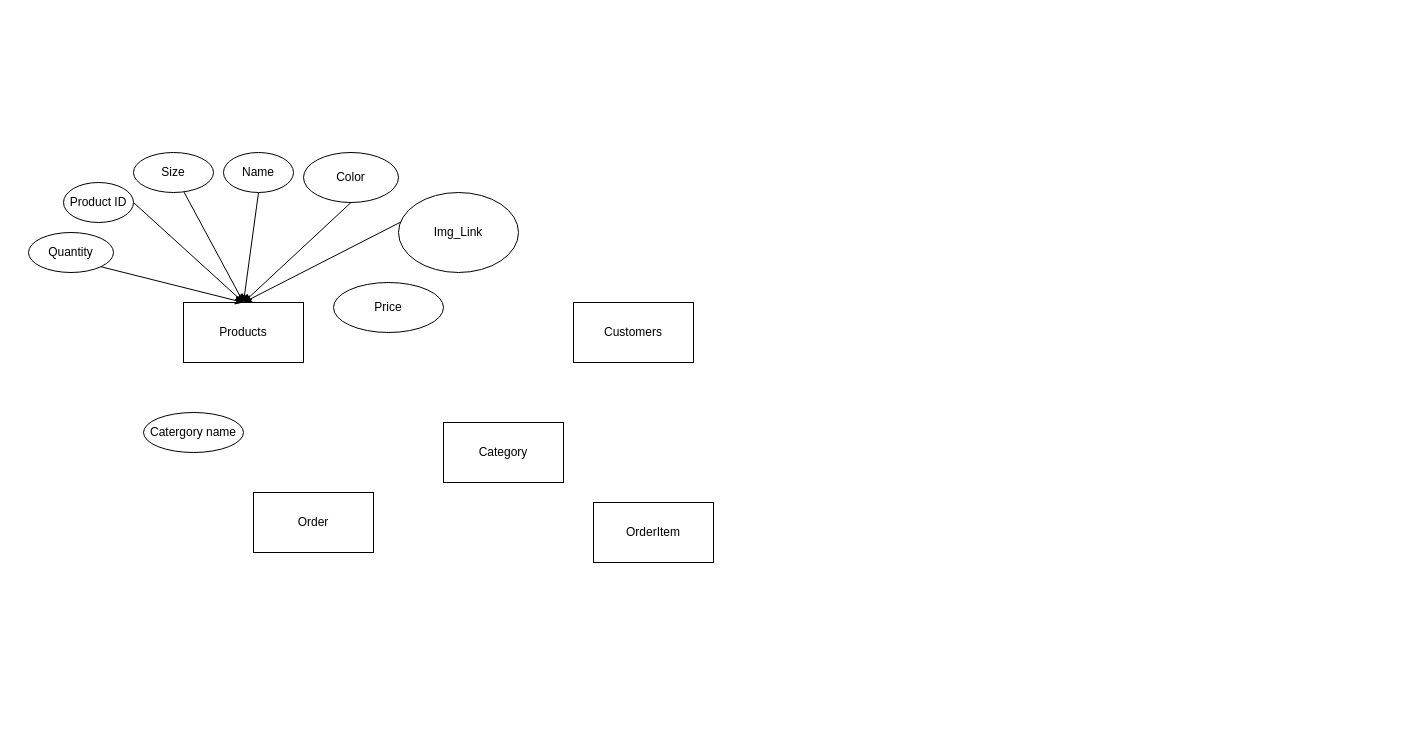
VoidKeishi/Clothing_Store_Website keeps this draw.io diagram as database.dio. Above is the earlier version. Source tidied: cells renumbered, new cells numbered last; positions are measured from the earlier drawing's top-left corner, leaving out a move shared by most shapes. Both pictures are drawn from the tidied source at 100%, with x=0, y=0 at pixel (28, 152).
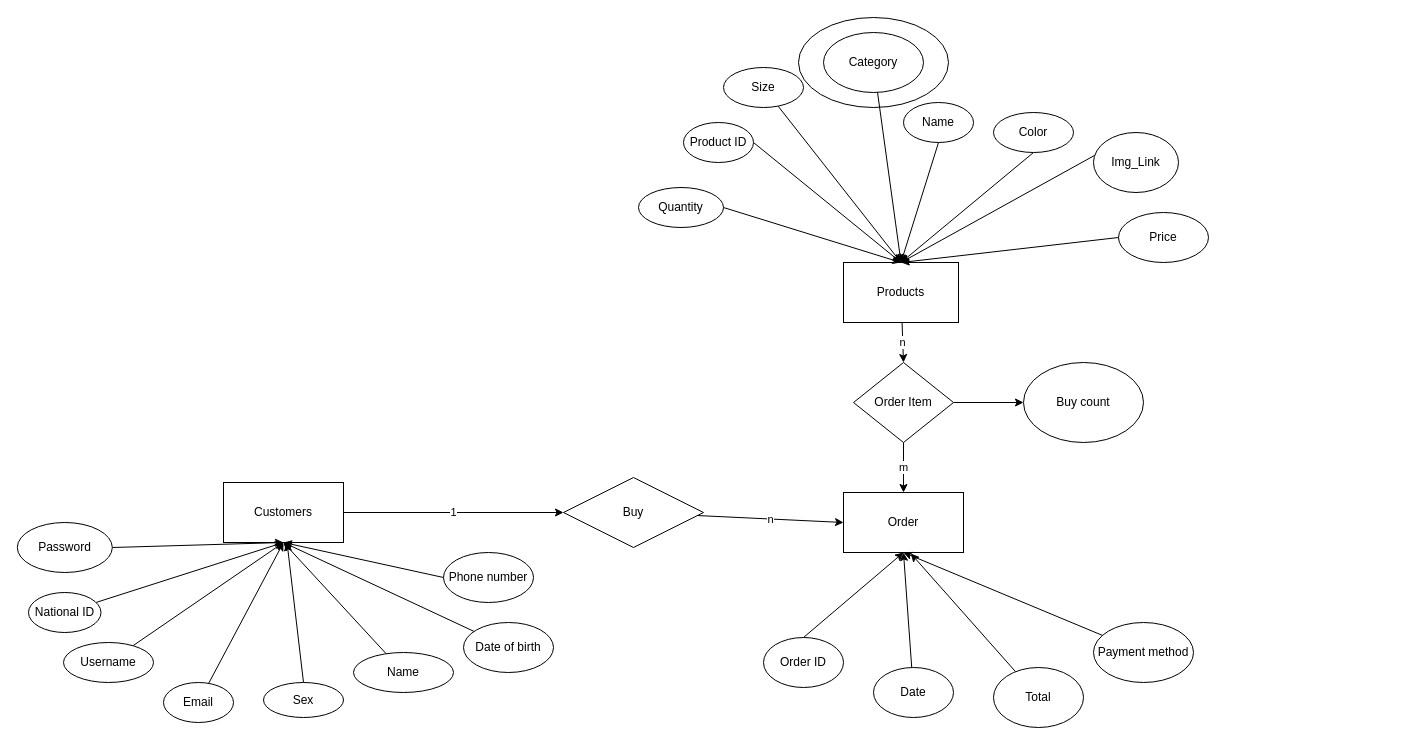
Above is the later version.

What changed in the source:
```diff
@@
+    <mxCell id="21" style="ellipse;whiteSpace=wrap;html=1;" parent="1" vertex="1">
+      <mxGeometry x="770" y="-135" width="150" height="90" as="geometry" />
+    </mxCell>
+    <mxCell id="22" value="n" style="edgeStyle=none;html=1;entryX=0.5;entryY=0;entryDx=0;entryDy=0;" parent="1" edge="1" source="2" target="54">
+      <mxGeometry relative="1" as="geometry" />
+    </mxCell>
     <mxCell id="2" value="Products" style="rounded=0;whiteSpace=wrap;html=1;" parent="1" vertex="1">
-      <mxGeometry x="155" y="150" width="120" height="60" as="geometry" />
+      <mxGeometry x="815" y="110" width="115" height="60" as="geometry" />
     </mxCell>
+    <mxCell id="23" value="1" style="edgeStyle=none;html=1;entryX=0;entryY=0.5;entryDx=0;entryDy=0;" parent="1" edge="1" source="3" target="42">
+      <mxGeometry relative="1" as="geometry" />
+    </mxCell>
     <mxCell id="3" value="Customers" style="rounded=0;whiteSpace=wrap;html=1;" parent="1" vertex="1">
-      <mxGeometry x="545" y="150" width="120" height="60" as="geometry" />
+      <mxGeometry x="195" y="330" width="120" height="60" as="geometry" />
     </mxCell>
     <mxCell id="4" value="Order" style="rounded=0;whiteSpace=wrap;html=1;" parent="1" vertex="1">
-      <mxGeometry x="225" y="340" width="120" height="60" as="geometry" />
+      <mxGeometry x="815" y="340" width="120" height="60" as="geometry" />
     </mxCell>
-    <mxCell id="5" value="OrderItem" style="rounded=0;whiteSpace=wrap;html=1;" parent="1" vertex="1">
-      <mxGeometry x="565" y="350" width="120" height="60" as="geometry" />
-    </mxCell>
-    <mxCell id="6" value="Category" style="rounded=0;whiteSpace=wrap;html=1;" parent="1" vertex="1">
-      <mxGeometry x="415" y="270" width="120" height="60" as="geometry" />
-    </mxCell>
@@
     <mxCell id="8" value="Product ID" style="ellipse;whiteSpace=wrap;html=1;" parent="1" vertex="1">
-      <mxGeometry x="35" y="30" width="70" height="40" as="geometry" />
+      <mxGeometry x="655" y="-30" width="70" height="40" as="geometry" />
     </mxCell>
-    <mxCell id="9" style="edgeStyle=none;html=1;exitX=0.5;exitY=1;exitDx=0;exitDy=0;" parent="1" edge="1" source="10">
-      <mxGeometry relative="1" as="geometry">
-        <mxPoint x="215" y="150" as="targetPoint" />
-      </mxGeometry>
+    <mxCell id="9" style="edgeStyle=none;html=1;exitX=0.5;exitY=1;exitDx=0;exitDy=0;entryX=0.5;entryY=0;entryDx=0;entryDy=0;" parent="1" edge="1" source="10" target="2">
+      <mxGeometry relative="1" as="geometry" />
     </mxCell>
     <mxCell id="10" value="Name" style="ellipse;whiteSpace=wrap;html=1;" parent="1" vertex="1">
-      <mxGeometry x="195" width="70" height="40" as="geometry" />
+      <mxGeometry x="875" y="-50" width="70" height="40" as="geometry" />
     </mxCell>
+    <mxCell id="24" style="edgeStyle=none;html=1;exitX=0;exitY=0.5;exitDx=0;exitDy=0;entryX=0.5;entryY=0;entryDx=0;entryDy=0;" parent="1" edge="1" source="11" target="2">
+      <mxGeometry relative="1" as="geometry" />
+    </mxCell>
     <mxCell id="11" value="Price" style="ellipse;whiteSpace=wrap;html=1;" parent="1" vertex="1">
-      <mxGeometry x="305" y="130" width="110" height="50" as="geometry" />
+      <mxGeometry x="1090" y="60" width="90" height="50" as="geometry" />
     </mxCell>
-    <mxCell id="12" value="Catergory name" style="ellipse;whiteSpace=wrap;html=1;" parent="1" vertex="1">
-      <mxGeometry x="115" y="260" width="100" height="40" as="geometry" />
-    </mxCell>
@@
     <mxCell id="14" value="Size" style="ellipse;whiteSpace=wrap;html=1;" parent="1" vertex="1">
-      <mxGeometry x="105" width="80" height="40" as="geometry" />
+      <mxGeometry x="695" y="-85" width="80" height="40" as="geometry" />
     </mxCell>
-    <mxCell id="15" style="edgeStyle=none;html=1;exitX=0.5;exitY=1;exitDx=0;exitDy=0;" parent="1" edge="1" source="16">
-      <mxGeometry relative="1" as="geometry">
-        <mxPoint x="215" y="150" as="targetPoint" />
-      </mxGeometry>
+    <mxCell id="15" style="edgeStyle=none;html=1;exitX=0.5;exitY=1;exitDx=0;exitDy=0;entryX=0.5;entryY=0;entryDx=0;entryDy=0;" parent="1" edge="1" source="16" target="2">
+      <mxGeometry relative="1" as="geometry" />
     </mxCell>
     <mxCell id="16" value="Color" style="ellipse;whiteSpace=wrap;html=1;" parent="1" vertex="1">
-      <mxGeometry x="275" width="95" height="50" as="geometry" />
+      <mxGeometry x="965" y="-40" width="80" height="40" as="geometry" />
     </mxCell>
-    <mxCell id="17" style="edgeStyle=none;html=1;exitX=1;exitY=1;exitDx=0;exitDy=0;entryX=0.5;entryY=0;entryDx=0;entryDy=0;" parent="1" edge="1" source="18" target="2">
+    <mxCell id="17" style="edgeStyle=none;html=1;exitX=1;exitY=0.5;exitDx=0;exitDy=0;entryX=0.5;entryY=0;entryDx=0;entryDy=0;" parent="1" edge="1" source="18" target="2">
       <mxGeometry relative="1" as="geometry" />
     </mxCell>
     <mxCell id="18" value="Quantity" style="ellipse;whiteSpace=wrap;html=1;" parent="1" vertex="1">
-      <mxGeometry y="80" width="85" height="40" as="geometry" />
+      <mxGeometry x="610" y="35" width="85" height="40" as="geometry" />
     </mxCell>
@@
     <mxCell id="20" value="Img_Link" style="ellipse;whiteSpace=wrap;html=1;" parent="1" vertex="1">
-      <mxGeometry x="370" y="40" width="120" height="80" as="geometry" />
+      <mxGeometry x="1065" y="-20" width="85" height="60" as="geometry" />
     </mxCell>
+    <mxCell id="25" style="edgeStyle=none;html=1;entryX=0.5;entryY=1;entryDx=0;entryDy=0;" parent="1" edge="1" source="26" target="3">
+      <mxGeometry relative="1" as="geometry" />
+    </mxCell>
+    <mxCell id="26" value="Name" style="ellipse;whiteSpace=wrap;html=1;" parent="1" vertex="1">
+      <mxGeometry x="325" y="500" width="100" height="40" as="geometry" />
+    </mxCell>
+    <mxCell id="27" style="edgeStyle=none;html=1;entryX=0.5;entryY=1;entryDx=0;entryDy=0;" parent="1" edge="1" source="28" target="3">
+      <mxGeometry relative="1" as="geometry" />
+    </mxCell>
+    <mxCell id="28" value="National ID" style="ellipse;whiteSpace=wrap;html=1;" parent="1" vertex="1">
+      <mxGeometry y="440" width="72.5" height="40" as="geometry" />
+    </mxCell>
+    <mxCell id="29" style="edgeStyle=none;html=1;entryX=0.5;entryY=1;entryDx=0;entryDy=0;" parent="1" edge="1" source="30" target="3">
+      <mxGeometry relative="1" as="geometry" />
+    </mxCell>
+    <mxCell id="30" value="Date of birth" style="ellipse;whiteSpace=wrap;html=1;" parent="1" vertex="1">
+      <mxGeometry x="435" y="470" width="90" height="50" as="geometry" />
+    </mxCell>
+    <mxCell id="31" style="edgeStyle=none;html=1;exitX=0.5;exitY=0;exitDx=0;exitDy=0;" parent="1" edge="1" source="32" target="3">
+      <mxGeometry relative="1" as="geometry" />
+    </mxCell>
+    <mxCell id="32" value="Sex" style="ellipse;whiteSpace=wrap;html=1;" parent="1" vertex="1">
+      <mxGeometry x="235" y="530" width="80" height="35" as="geometry" />
+    </mxCell>
+    <mxCell id="33" style="edgeStyle=none;html=1;entryX=0.5;entryY=1;entryDx=0;entryDy=0;" parent="1" edge="1" source="34" target="3">
+      <mxGeometry relative="1" as="geometry" />
+    </mxCell>
+    <mxCell id="34" value="Email" style="ellipse;whiteSpace=wrap;html=1;" parent="1" vertex="1">
+      <mxGeometry x="135" y="530" width="70" height="40" as="geometry" />
+    </mxCell>
+    <mxCell id="35" style="edgeStyle=none;html=1;entryX=0.5;entryY=1;entryDx=0;entryDy=0;" parent="1" edge="1" source="36" target="3">
+      <mxGeometry relative="1" as="geometry" />
+    </mxCell>
+    <mxCell id="36" value="Username" style="ellipse;whiteSpace=wrap;html=1;" parent="1" vertex="1">
+      <mxGeometry x="35" y="490" width="90" height="40" as="geometry" />
+    </mxCell>
+    <mxCell id="37" style="edgeStyle=none;html=1;exitX=1;exitY=0.5;exitDx=0;exitDy=0;entryX=0.5;entryY=1;entryDx=0;entryDy=0;" parent="1" edge="1" source="38" target="3">
+      <mxGeometry relative="1" as="geometry" />
+    </mxCell>
+    <mxCell id="38" value="Password" style="ellipse;whiteSpace=wrap;html=1;" parent="1" vertex="1">
+      <mxGeometry x="-11.2" y="370" width="95" height="50" as="geometry" />
+    </mxCell>
+    <mxCell id="39" style="edgeStyle=none;html=1;exitX=0;exitY=0.5;exitDx=0;exitDy=0;entryX=0.5;entryY=1;entryDx=0;entryDy=0;" parent="1" edge="1" source="40" target="3">
+      <mxGeometry relative="1" as="geometry" />
+    </mxCell>
+    <mxCell id="40" value="Phone number" style="ellipse;whiteSpace=wrap;html=1;" parent="1" vertex="1">
+      <mxGeometry x="415" y="400" width="90" height="50" as="geometry" />
+    </mxCell>
+    <mxCell id="41" value="n" style="edgeStyle=none;html=1;entryX=0;entryY=0.5;entryDx=0;entryDy=0;" parent="1" edge="1" source="42" target="4">
+      <mxGeometry relative="1" as="geometry" />
+    </mxCell>
+    <mxCell id="42" value="Buy" style="rhombus;whiteSpace=wrap;html=1;" parent="1" vertex="1">
+      <mxGeometry x="535" y="325" width="140" height="70" as="geometry" />
+    </mxCell>
+    <mxCell id="43" style="edgeStyle=none;html=1;entryX=0.5;entryY=1;entryDx=0;entryDy=0;" parent="1" edge="1" source="44" target="4">
+      <mxGeometry relative="1" as="geometry" />
+    </mxCell>
+    <mxCell id="44" value="Date" style="ellipse;whiteSpace=wrap;html=1;" parent="1" vertex="1">
+      <mxGeometry x="845" y="515" width="80" height="50" as="geometry" />
+    </mxCell>
+    <mxCell id="45" style="edgeStyle=none;html=1;entryX=0.561;entryY=1.017;entryDx=0;entryDy=0;entryPerimeter=0;" parent="1" edge="1" source="46" target="4">
+      <mxGeometry relative="1" as="geometry" />
+    </mxCell>
+    <mxCell id="46" value="Total" style="ellipse;whiteSpace=wrap;html=1;" parent="1" vertex="1">
+      <mxGeometry x="965" y="515" width="90" height="60" as="geometry" />
+    </mxCell>
+    <mxCell id="47" style="edgeStyle=none;html=1;exitX=0.5;exitY=0;exitDx=0;exitDy=0;entryX=0.5;entryY=1;entryDx=0;entryDy=0;" parent="1" edge="1" source="48" target="4">
+      <mxGeometry relative="1" as="geometry" />
+    </mxCell>
+    <mxCell id="48" value="Order ID" style="ellipse;whiteSpace=wrap;html=1;" parent="1" vertex="1">
+      <mxGeometry x="735" y="485" width="80" height="50" as="geometry" />
+    </mxCell>
+    <mxCell id="49" style="edgeStyle=none;html=1;entryX=0.5;entryY=1;entryDx=0;entryDy=0;" parent="1" edge="1" source="50" target="4">
+      <mxGeometry relative="1" as="geometry" />
+    </mxCell>
+    <mxCell id="50" value="Payment method" style="ellipse;whiteSpace=wrap;html=1;" parent="1" vertex="1">
+      <mxGeometry x="1065" y="470" width="100" height="60" as="geometry" />
+    </mxCell>
+    <mxCell id="51" value="m" style="edgeStyle=none;html=1;entryX=0.5;entryY=0;entryDx=0;entryDy=0;exitX=0.5;exitY=1;exitDx=0;exitDy=0;" parent="1" edge="1" source="54" target="4">
+      <mxGeometry relative="1" as="geometry" />
+    </mxCell>
+    <mxCell id="52" style="edgeStyle=none;html=1;" parent="1" edge="1">
+      <mxGeometry relative="1" as="geometry">
+        <mxPoint x="1355" y="370" as="sourcePoint" />
+        <mxPoint x="1355" y="370" as="targetPoint" />
+      </mxGeometry>
+    </mxCell>
+    <mxCell id="53" style="edgeStyle=none;html=1;exitX=1;exitY=0.5;exitDx=0;exitDy=0;entryX=0;entryY=0.5;entryDx=0;entryDy=0;" parent="1" edge="1" source="54" target="55">
+      <mxGeometry relative="1" as="geometry" />
+    </mxCell>
+    <mxCell id="54" value="Order Item" style="rhombus;whiteSpace=wrap;html=1;" parent="1" vertex="1">
+      <mxGeometry x="825" y="210" width="100" height="80" as="geometry" />
+    </mxCell>
+    <mxCell id="55" value="Buy count" style="ellipse;whiteSpace=wrap;html=1;" parent="1" vertex="1">
+      <mxGeometry x="995" y="210" width="120" height="80" as="geometry" />
+    </mxCell>
+    <mxCell id="56" style="edgeStyle=none;html=1;entryX=0.5;entryY=0;entryDx=0;entryDy=0;" parent="1" edge="1" source="6" target="2">
+      <mxGeometry relative="1" as="geometry" />
+    </mxCell>
+    <mxCell id="6" value="Category" style="ellipse;whiteSpace=wrap;html=1;" parent="1" vertex="1">
+      <mxGeometry x="795" y="-120" width="100" height="60" as="geometry" />
+    </mxCell>
```
